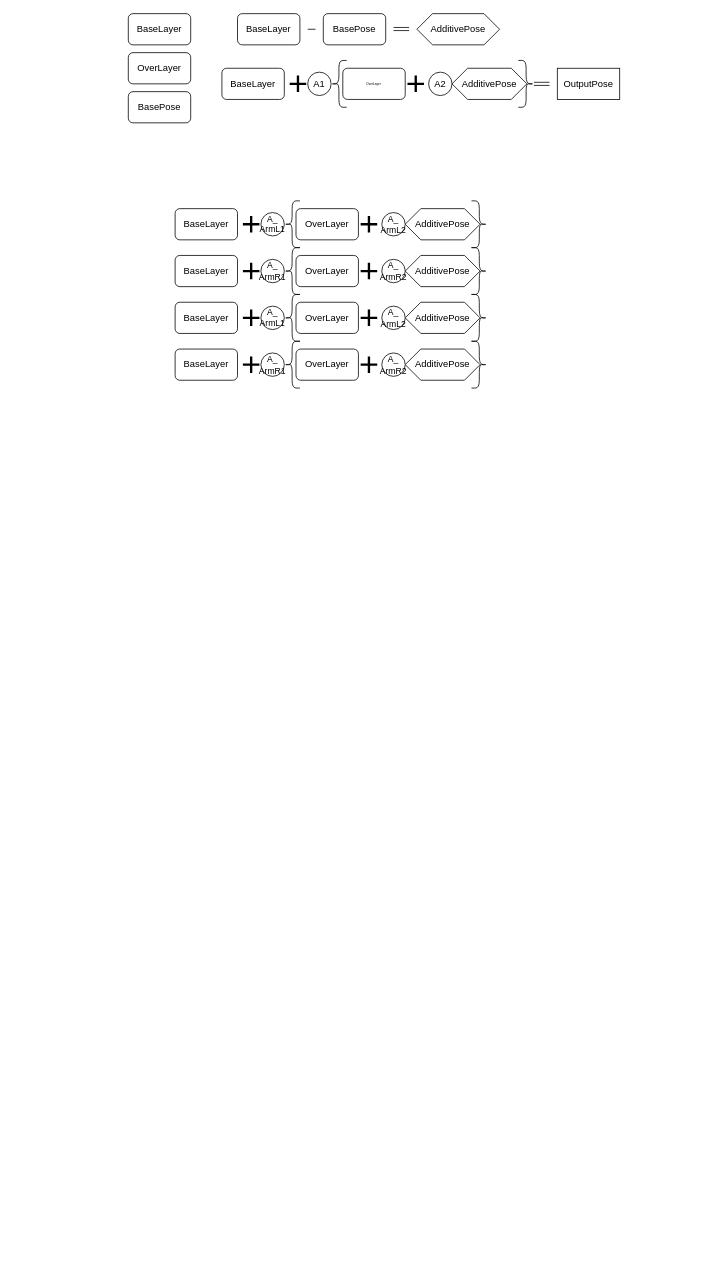
Before: Untitled Diagram.drawio in lruoheng/lqbz, a draw.io diagram. Source tidied: cells renumbered, new cells numbered last; positions are measured from the earlier drawing's top-left corner, leaving out a move shared by most shapes. Both pictures are drawn from the tidied source at 78%, with x=0, y=0 at pixel (128, 13).
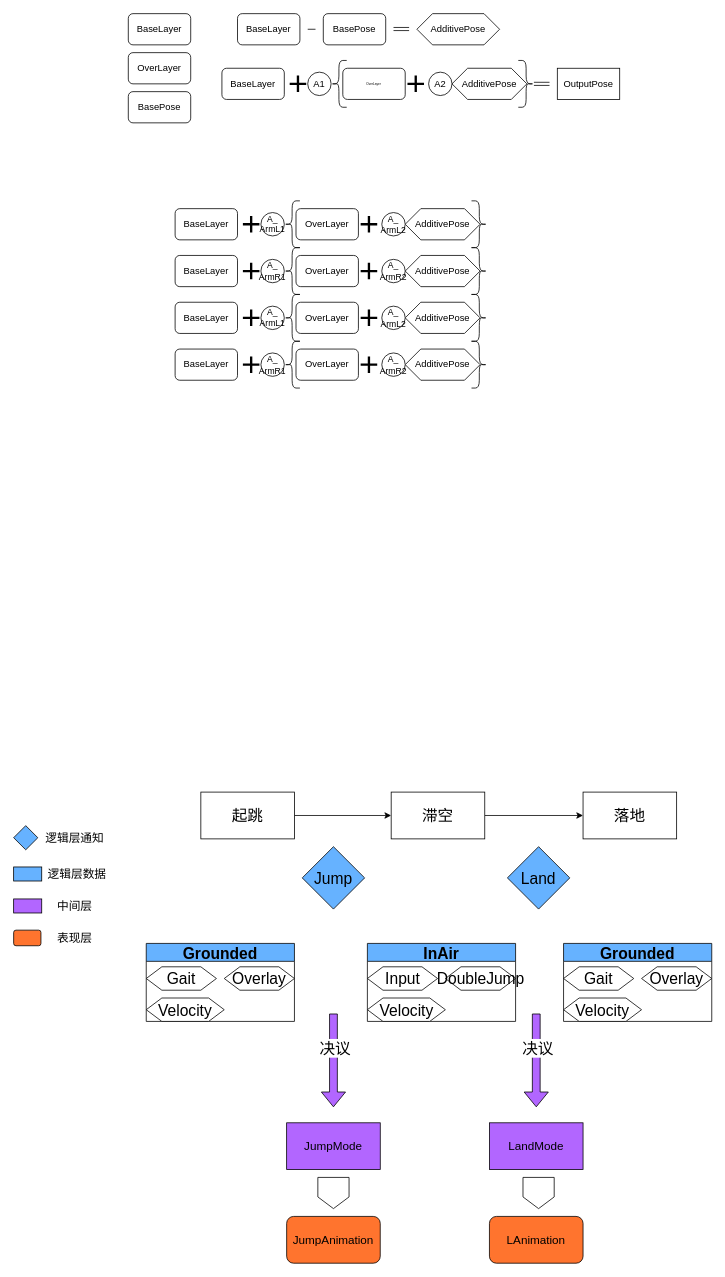
The same page after the edit.

Diff of the diagram source:
```diff
@@
+    <mxCell id="57" style="edgeStyle=orthogonalEdgeStyle;rounded=0;jettySize=auto;html=1;exitX=1;exitY=0.5;exitDx=0;exitDy=0;entryX=0;entryY=0.5;entryDx=0;entryDy=0;fontSize=20;" parent="1" edge="1" source="58" target="60">
+      <mxGeometry relative="1" as="geometry" />
+    </mxCell>
+    <mxCell id="58" value="&lt;font style=&quot;font-size: 20px&quot;&gt;起跳&lt;/font&gt;" style="rounded=0;whiteSpace=wrap;html=1;" parent="1" vertex="1">
+      <mxGeometry x="93" y="998" width="120" height="60" as="geometry" />
+    </mxCell>
+    <mxCell id="59" style="edgeStyle=orthogonalEdgeStyle;rounded=0;jettySize=auto;html=1;exitX=1;exitY=0.5;exitDx=0;exitDy=0;entryX=0;entryY=0.5;entryDx=0;entryDy=0;fontSize=20;" parent="1" edge="1" source="60" target="61">
+      <mxGeometry relative="1" as="geometry" />
+    </mxCell>
+    <mxCell id="60" value="&lt;font style=&quot;font-size: 20px&quot;&gt;滞空&lt;/font&gt;" style="rounded=0;whiteSpace=wrap;html=1;" parent="1" vertex="1">
+      <mxGeometry x="337" y="998" width="120" height="60" as="geometry" />
+    </mxCell>
+    <mxCell id="61" value="&lt;span style=&quot;font-size: 20px&quot;&gt;落地&lt;/span&gt;" style="rounded=0;whiteSpace=wrap;html=1;" parent="1" vertex="1">
+      <mxGeometry x="583" y="998" width="120" height="60" as="geometry" />
+    </mxCell>
+    <mxCell id="62" value="Jump" style="rhombus;whiteSpace=wrap;html=1;fontSize=20;fillColor=#66B2FF;" parent="1" vertex="1">
+      <mxGeometry x="223" y="1068" width="80" height="80" as="geometry" />
+    </mxCell>
+    <mxCell id="63" value="Land" style="rhombus;whiteSpace=wrap;html=1;fontSize=20;fillColor=#66B2FF;" parent="1" vertex="1">
+      <mxGeometry x="486" y="1068" width="80" height="80" as="geometry" />
+    </mxCell>
+    <mxCell id="64" value="Grounded" style="swimlane;fontSize=20;fillColor=#66B2FF;" parent="1" vertex="1">
+      <mxGeometry x="23" y="1192" width="190" height="100" as="geometry" />
+    </mxCell>
+    <mxCell id="65" value="Gait" style="shape=hexagon;perimeter=hexagonPerimeter2;whiteSpace=wrap;html=1;fixedSize=1;fontSize=20;" parent="64" vertex="1">
+      <mxGeometry y="30" width="90" height="30" as="geometry" />
+    </mxCell>
+    <mxCell id="66" value="Velocity" style="shape=hexagon;perimeter=hexagonPerimeter2;whiteSpace=wrap;html=1;fixedSize=1;fontSize=20;" parent="64" vertex="1">
+      <mxGeometry y="70" width="100" height="30" as="geometry" />
+    </mxCell>
+    <mxCell id="67" value="Overlay" style="shape=hexagon;perimeter=hexagonPerimeter2;whiteSpace=wrap;html=1;fixedSize=1;fontSize=20;" parent="64" vertex="1">
+      <mxGeometry x="100" y="30" width="90" height="30" as="geometry" />
+    </mxCell>
+    <mxCell id="68" value="InAir" style="swimlane;fontSize=20;fillColor=#66B2FF;" parent="1" vertex="1">
+      <mxGeometry x="306.5" y="1192" width="190" height="100" as="geometry" />
+    </mxCell>
+    <mxCell id="69" value="Input" style="shape=hexagon;perimeter=hexagonPerimeter2;whiteSpace=wrap;html=1;fixedSize=1;fontSize=20;" parent="68" vertex="1">
+      <mxGeometry y="30" width="90" height="30" as="geometry" />
+    </mxCell>
+    <mxCell id="70" value="Velocity" style="shape=hexagon;perimeter=hexagonPerimeter2;whiteSpace=wrap;html=1;fixedSize=1;fontSize=20;" parent="68" vertex="1">
+      <mxGeometry y="70" width="100" height="30" as="geometry" />
+    </mxCell>
+    <mxCell id="71" value="DoubleJump" style="shape=hexagon;perimeter=hexagonPerimeter2;whiteSpace=wrap;html=1;fixedSize=1;fontSize=20;" parent="68" vertex="1">
+      <mxGeometry x="100" y="30" width="90" height="30" as="geometry" />
+    </mxCell>
+    <mxCell id="72" value="Grounded" style="swimlane;fontSize=20;fillColor=#66B2FF;" parent="1" vertex="1">
+      <mxGeometry x="558" y="1192" width="190" height="100" as="geometry" />
+    </mxCell>
+    <mxCell id="73" value="Gait" style="shape=hexagon;perimeter=hexagonPerimeter2;whiteSpace=wrap;html=1;fixedSize=1;fontSize=20;" parent="72" vertex="1">
+      <mxGeometry y="30" width="90" height="30" as="geometry" />
+    </mxCell>
+    <mxCell id="74" value="Velocity" style="shape=hexagon;perimeter=hexagonPerimeter2;whiteSpace=wrap;html=1;fixedSize=1;fontSize=20;" parent="72" vertex="1">
+      <mxGeometry y="70" width="100" height="30" as="geometry" />
+    </mxCell>
+    <mxCell id="75" value="Overlay" style="shape=hexagon;perimeter=hexagonPerimeter2;whiteSpace=wrap;html=1;fixedSize=1;fontSize=20;" parent="72" vertex="1">
+      <mxGeometry x="100" y="30" width="90" height="30" as="geometry" />
+    </mxCell>
+    <mxCell id="76" style="shape=flexArrow;endArrow=classic;html=1;rounded=0;fontSize=20;fillColor=#B266FF;" parent="1" edge="1">
+      <mxGeometry relative="1" as="geometry">
+        <mxPoint x="263" y="1282" as="sourcePoint" />
+        <mxPoint x="263" y="1402" as="targetPoint" />
+      </mxGeometry>
+    </mxCell>
+    <mxCell id="77" value="决议" style="edgeLabel;html=1;align=center;verticalAlign=middle;fontSize=20;" parent="76" vertex="1">
+      <mxGeometry x="-0.28" y="1" relative="1" as="geometry" />
+    </mxCell>
+    <mxCell id="78" style="shape=flexArrow;endArrow=classic;html=1;rounded=0;fontSize=20;fillColor=#B266FF;" parent="1" edge="1">
+      <mxGeometry relative="1" as="geometry">
+        <mxPoint x="523" y="1282" as="sourcePoint" />
+        <mxPoint x="523" y="1402" as="targetPoint" />
+      </mxGeometry>
+    </mxCell>
+    <mxCell id="79" value="决议" style="edgeLabel;html=1;align=center;verticalAlign=middle;fontSize=20;" parent="78" vertex="1">
+      <mxGeometry x="-0.28" y="1" relative="1" as="geometry" />
+    </mxCell>
+    <mxCell id="80" value="&lt;font style=&quot;font-size: 15px&quot;&gt;JumpMode&lt;/font&gt;" style="rounded=0;whiteSpace=wrap;html=1;fillColor=#B266FF;" parent="1" vertex="1">
+      <mxGeometry x="203" y="1422" width="120" height="60" as="geometry" />
+    </mxCell>
+    <mxCell id="81" value="&lt;font style=&quot;font-size: 15px&quot;&gt;LandMode&lt;/font&gt;" style="rounded=0;whiteSpace=wrap;html=1;fillColor=#B266FF;" parent="1" vertex="1">
+      <mxGeometry x="463" y="1422" width="120" height="60" as="geometry" />
+    </mxCell>
+    <mxCell id="82" style="shape=offPageConnector;whiteSpace=wrap;html=1;fontSize=15;" parent="1" vertex="1">
+      <mxGeometry x="243" y="1492" width="40" height="40" as="geometry" />
+    </mxCell>
+    <mxCell id="83" style="shape=offPageConnector;whiteSpace=wrap;html=1;fontSize=15;" parent="1" vertex="1">
+      <mxGeometry x="506" y="1492" width="40" height="40" as="geometry" />
+    </mxCell>
+    <mxCell id="84" value="JumpAnimation" style="rounded=1;whiteSpace=wrap;html=1;fontSize=15;fillColor=#FF742E;" parent="1" vertex="1">
+      <mxGeometry x="203" y="1542" width="120" height="60" as="geometry" />
+    </mxCell>
+    <mxCell id="85" value="LAnimation" style="rounded=1;whiteSpace=wrap;html=1;fontSize=15;fillColor=#FF742E;" parent="1" vertex="1">
+      <mxGeometry x="463" y="1542" width="120" height="60" as="geometry" />
+    </mxCell>
+    <mxCell id="86" style="rhombus;whiteSpace=wrap;html=1;fontSize=15;fillColor=#66B2FF;" parent="1" vertex="1">
+      <mxGeometry x="-147" y="1041" width="31" height="31" as="geometry" />
+    </mxCell>
+    <mxCell id="87" value="逻辑层通知" style="text;html=1;strokeColor=none;fillColor=none;align=center;verticalAlign=middle;whiteSpace=wrap;rounded=0;fontSize=15;" parent="1" vertex="1">
+      <mxGeometry x="-119" y="1042" width="101" height="30" as="geometry" />
+    </mxCell>
+    <mxCell id="88" style="rounded=0;whiteSpace=wrap;html=1;fontSize=15;fillColor=#66B2FF;" parent="1" vertex="1">
+      <mxGeometry x="-147" y="1094" width="36" height="18" as="geometry" />
+    </mxCell>
+    <mxCell id="89" value="逻辑层数据" style="text;html=1;strokeColor=none;fillColor=none;align=center;verticalAlign=middle;whiteSpace=wrap;rounded=0;fontSize=15;" parent="1" vertex="1">
+      <mxGeometry x="-116" y="1088" width="101" height="30" as="geometry" />
+    </mxCell>
+    <mxCell id="90" style="rounded=0;whiteSpace=wrap;html=1;fontSize=15;fillColor=#B266FF;" parent="1" vertex="1">
+      <mxGeometry x="-147" y="1135" width="36" height="18" as="geometry" />
+    </mxCell>
+    <mxCell id="91" value="中间层" style="text;html=1;strokeColor=none;fillColor=none;align=center;verticalAlign=middle;whiteSpace=wrap;rounded=0;fontSize=15;" parent="1" vertex="1">
+      <mxGeometry x="-119" y="1129" width="101" height="30" as="geometry" />
+    </mxCell>
+    <mxCell id="92" style="rounded=1;whiteSpace=wrap;html=1;fontSize=15;fillColor=#FF742E;" parent="1" vertex="1">
+      <mxGeometry x="-147" y="1175" width="35" height="20" as="geometry" />
+    </mxCell>
+    <mxCell id="93" value="表现层" style="text;html=1;strokeColor=none;fillColor=none;align=center;verticalAlign=middle;whiteSpace=wrap;rounded=0;fontSize=15;" parent="1" vertex="1">
+      <mxGeometry x="-119" y="1170" width="101" height="30" as="geometry" />
+    </mxCell>
```
